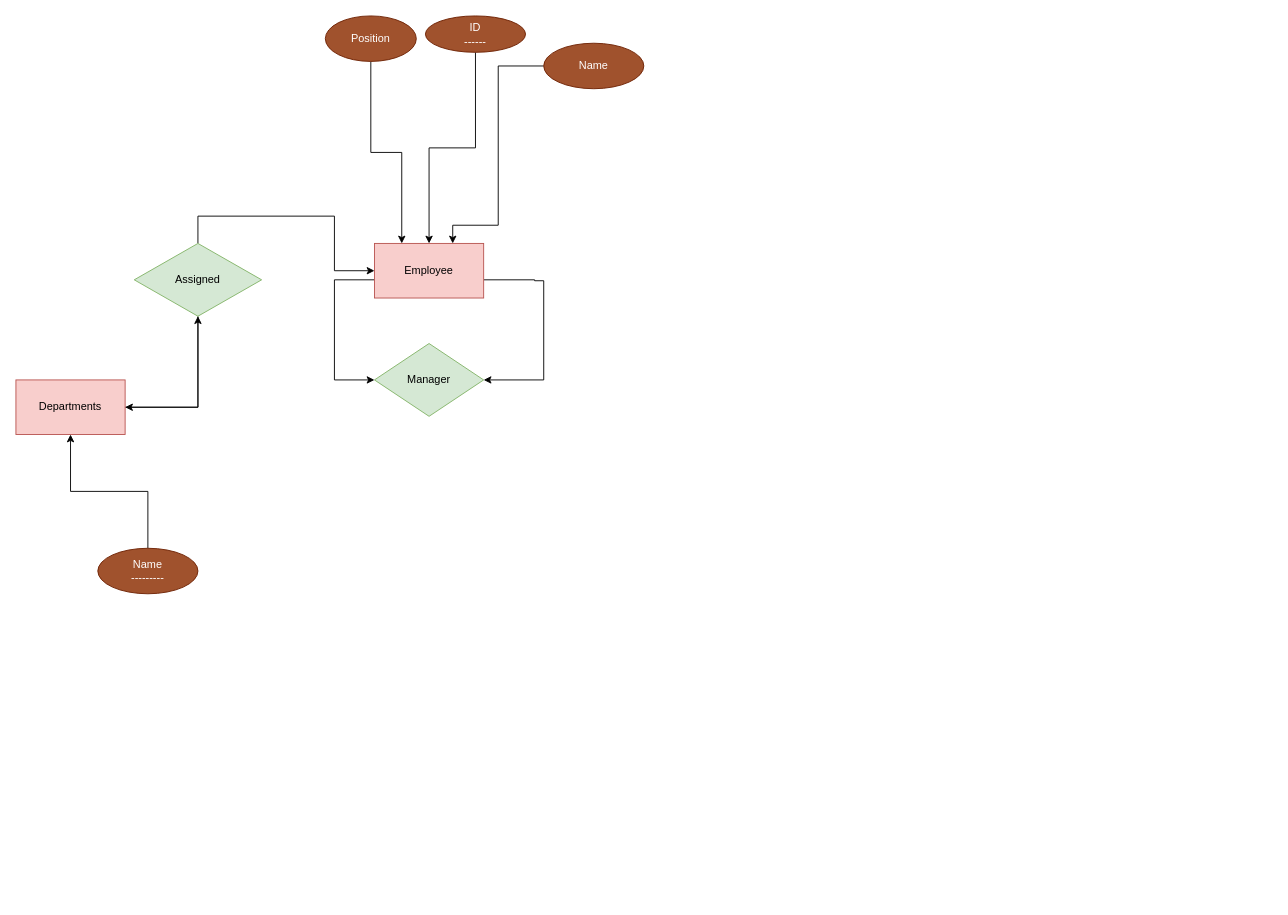
Earlier version of the draw.io diagram RoomReservationSystem.drawio (daatoo/Databases). Source tidied: cells renumbered, new cells numbered last; positions are measured from the earlier drawing's top-left corner, leaving out a move shared by most shapes. Both pictures are drawn from the tidied source at 91%, with x=0, y=0 at pixel (15, 15).
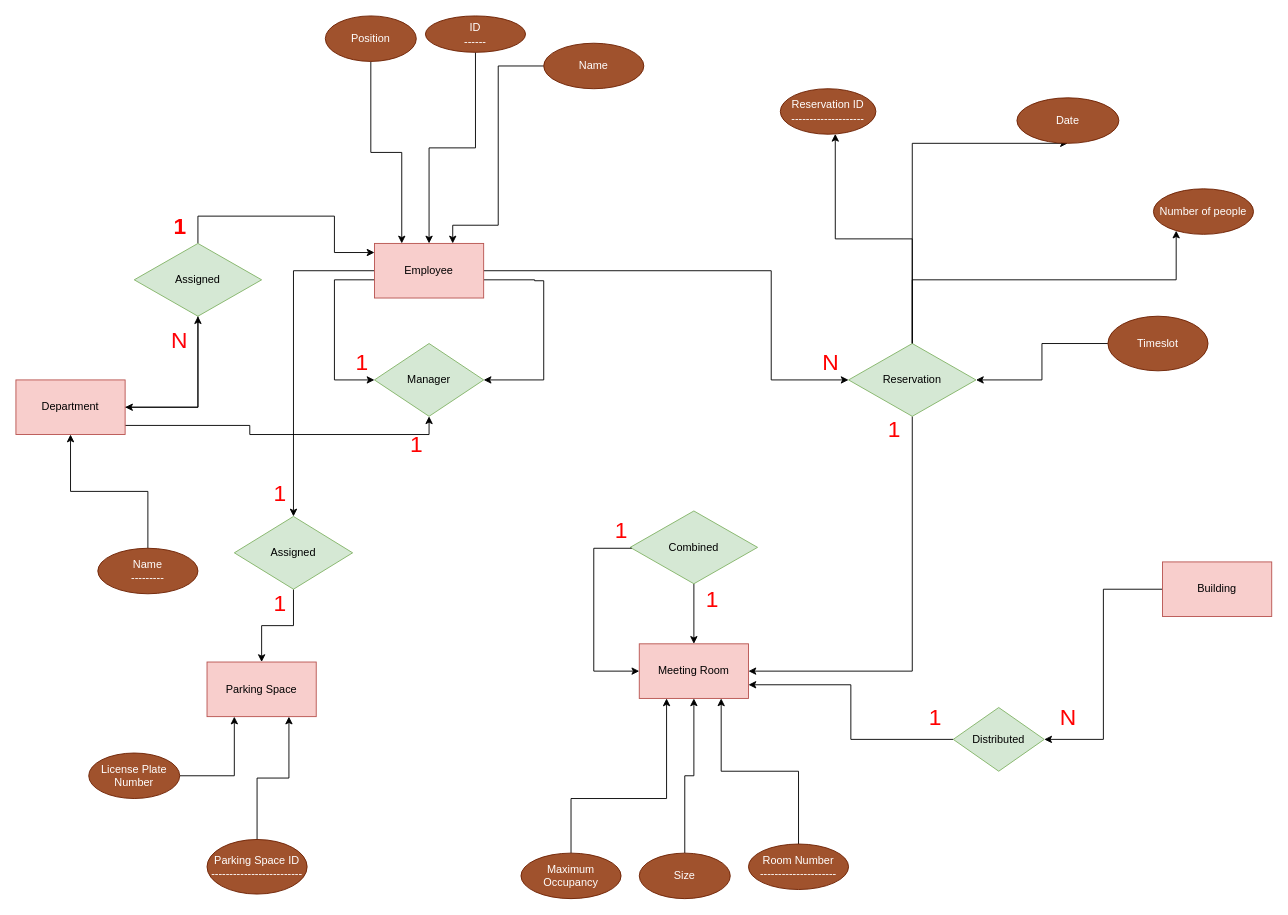
The same page after the edit.

The change refers to these unchanged cells:
```xml
<mxCell id="4" value="Employee" style="rounded=0;whiteSpace=wrap;html=1;fillColor=#f8cecc;strokeColor=#b85450;" parent="1" vertex="1">
  <mxGeometry x="394" y="250" width="120" height="60" as="geometry" />
</mxCell>
<mxCell id="14" value="Name&lt;div&gt;---------&lt;/div&gt;" style="ellipse;whiteSpace=wrap;html=1;fillColor=#a0522d;fontColor=#ffffff;strokeColor=#6D1F00;" parent="1" vertex="1">
  <mxGeometry x="90" y="585" width="110" height="50" as="geometry" />
</mxCell>
<mxCell id="18" value="Manager" style="rhombus;whiteSpace=wrap;html=1;fillColor=#d5e8d4;strokeColor=#82b366;" parent="1" vertex="1">
  <mxGeometry x="394" y="360" width="120" height="80" as="geometry" />
</mxCell>
```

Change to the diagram source:
```diff
@@
-    <mxCell id="2" style="edgeStyle=orthogonalEdgeStyle;rounded=0;jettySize=auto;html=1;entryX=0;entryY=0.5;entryDx=0;entryDy=0;" parent="1" edge="1" source="4" target="18">
-      <mxGeometry relative="1" as="geometry">
-        <Array as="points">
-          <mxPoint x="350" y="290" />
-          <mxPoint x="350" y="400" />
-        </Array>
-      </mxGeometry>
-    </mxCell>
-    <mxCell id="3" style="edgeStyle=orthogonalEdgeStyle;rounded=0;jettySize=auto;html=1;entryX=1;entryY=0.5;entryDx=0;entryDy=0;" parent="1" edge="1" source="4" target="18">
-      <mxGeometry relative="1" as="geometry">
-        <Array as="points">
-          <mxPoint x="570" y="290" />
-          <mxPoint x="570" y="291" />
-          <mxPoint x="580" y="291" />
-          <mxPoint x="580" y="400" />
-        </Array>
-      </mxGeometry>
-    </mxCell>
+    <mxCell id="19" style="edgeStyle=orthogonalEdgeStyle;rounded=0;jettySize=auto;html=1;entryX=0;entryY=0.5;entryDx=0;entryDy=0;" parent="1" edge="1" source="4" target="18">
+      <mxGeometry relative="1" as="geometry">
+        <Array as="points">
+          <mxPoint x="350" y="290" />
+          <mxPoint x="350" y="400" />
+        </Array>
+      </mxGeometry>
+    </mxCell>
+    <mxCell id="20" style="edgeStyle=orthogonalEdgeStyle;rounded=0;jettySize=auto;html=1;entryX=1;entryY=0.5;entryDx=0;entryDy=0;" parent="1" edge="1" source="4" target="18">
+      <mxGeometry relative="1" as="geometry">
+        <Array as="points">
+          <mxPoint x="570" y="290" />
+          <mxPoint x="570" y="291" />
+          <mxPoint x="580" y="291" />
+          <mxPoint x="580" y="400" />
+        </Array>
+      </mxGeometry>
+    </mxCell>
+    <mxCell id="21" style="edgeStyle=orthogonalEdgeStyle;rounded=0;jettySize=auto;html=1;entryX=0;entryY=0.5;entryDx=0;entryDy=0;" parent="1" edge="1" source="4" target="45">
+      <mxGeometry relative="1" as="geometry">
+        <Array as="points">
+          <mxPoint x="830" y="280" />
+          <mxPoint x="830" y="400" />
+        </Array>
+      </mxGeometry>
+    </mxCell>
+    <mxCell id="22" style="edgeStyle=orthogonalEdgeStyle;rounded=0;jettySize=auto;html=1;entryX=0.5;entryY=0;entryDx=0;entryDy=0;" parent="1" edge="1" source="4" target="60">
+      <mxGeometry relative="1" as="geometry" />
+    </mxCell>
@@
-    <mxCell id="11" style="edgeStyle=orthogonalEdgeStyle;rounded=0;jettySize=auto;html=1;entryX=0.5;entryY=1;entryDx=0;entryDy=0;" parent="1" edge="1" source="12" target="17">
-      <mxGeometry relative="1" as="geometry" />
-    </mxCell>
-    <mxCell id="12" value="Departments" style="rounded=0;whiteSpace=wrap;html=1;fillColor=#f8cecc;strokeColor=#b85450;" parent="1" vertex="1">
-      <mxGeometry y="400" width="120" height="60" as="geometry" />
-    </mxCell>
-    <mxCell id="13" style="edgeStyle=orthogonalEdgeStyle;rounded=0;jettySize=auto;html=1;" parent="1" edge="1" source="14" target="12">
-      <mxGeometry relative="1" as="geometry" />
-    </mxCell>
+    <mxCell id="23" style="edgeStyle=orthogonalEdgeStyle;rounded=0;jettySize=auto;html=1;entryX=0.5;entryY=1;entryDx=0;entryDy=0;" parent="1" edge="1" source="25" target="29">
+      <mxGeometry relative="1" as="geometry" />
+    </mxCell>
+    <mxCell id="24" style="edgeStyle=orthogonalEdgeStyle;rounded=0;jettySize=auto;html=1;entryX=0.5;entryY=1;entryDx=0;entryDy=0;" parent="1" edge="1" source="25" target="18">
+      <mxGeometry relative="1" as="geometry">
+        <Array as="points">
+          <mxPoint x="257" y="450" />
+          <mxPoint x="257" y="460" />
+          <mxPoint x="454" y="460" />
+        </Array>
+      </mxGeometry>
+    </mxCell>
+    <mxCell id="25" value="Department" style="rounded=0;whiteSpace=wrap;html=1;fillColor=#f8cecc;strokeColor=#b85450;" parent="1" vertex="1">
+      <mxGeometry y="400" width="120" height="60" as="geometry" />
+    </mxCell>
+    <mxCell id="26" style="edgeStyle=orthogonalEdgeStyle;rounded=0;jettySize=auto;html=1;" parent="1" edge="1" source="14" target="25">
+      <mxGeometry relative="1" as="geometry" />
+    </mxCell>
@@
-    <mxCell id="15" style="edgeStyle=orthogonalEdgeStyle;rounded=0;jettySize=auto;html=1;" parent="1" edge="1" source="17" target="12">
-      <mxGeometry relative="1" as="geometry">
-        <Array as="points">
-          <mxPoint x="200" y="430" />
-        </Array>
-      </mxGeometry>
-    </mxCell>
-    <mxCell id="16" style="edgeStyle=orthogonalEdgeStyle;rounded=0;jettySize=auto;html=1;" parent="1" edge="1" source="17" target="4">
-      <mxGeometry relative="1" as="geometry">
-        <Array as="points">
-          <mxPoint x="350" y="220" />
-          <mxPoint x="350" y="280" />
-        </Array>
-      </mxGeometry>
-    </mxCell>
-    <mxCell id="17" value="Assigned" style="rhombus;whiteSpace=wrap;html=1;fillColor=#d5e8d4;strokeColor=#82b366;" parent="1" vertex="1">
-      <mxGeometry x="130" y="250" width="140" height="80" as="geometry" />
-    </mxCell>
+    <mxCell id="27" style="edgeStyle=orthogonalEdgeStyle;rounded=0;jettySize=auto;html=1;" parent="1" edge="1" source="29" target="25">
+      <mxGeometry relative="1" as="geometry">
+        <Array as="points">
+          <mxPoint x="200" y="430" />
+        </Array>
+      </mxGeometry>
+    </mxCell>
+    <mxCell id="28" style="edgeStyle=orthogonalEdgeStyle;rounded=0;jettySize=auto;html=1;" parent="1" edge="1" source="29" target="4">
+      <mxGeometry relative="1" as="geometry">
+        <Array as="points">
+          <mxPoint x="200" y="220" />
+          <mxPoint x="350" y="220" />
+          <mxPoint x="350" y="260" />
+        </Array>
+      </mxGeometry>
+    </mxCell>
+    <mxCell id="29" value="Assigned" style="rhombus;whiteSpace=wrap;html=1;fillColor=#d5e8d4;strokeColor=#82b366;" parent="1" vertex="1">
+      <mxGeometry x="130" y="250" width="140" height="80" as="geometry" />
+    </mxCell>
@@
+    <mxCell id="30" value="Meeting Room" style="rounded=0;whiteSpace=wrap;html=1;fillColor=#f8cecc;strokeColor=#b85450;" parent="1" vertex="1">
+      <mxGeometry x="685" y="690" width="120" height="60" as="geometry" />
+    </mxCell>
+    <mxCell id="31" style="edgeStyle=orthogonalEdgeStyle;rounded=0;jettySize=auto;html=1;entryX=0.75;entryY=1;entryDx=0;entryDy=0;exitX=0.5;exitY=0;exitDx=0;exitDy=0;" parent="1" edge="1" source="32" target="30">
+      <mxGeometry relative="1" as="geometry" />
+    </mxCell>
+    <mxCell id="32" value="Room Number&lt;div&gt;---------------------&lt;/div&gt;" style="ellipse;whiteSpace=wrap;html=1;fillColor=#a0522d;fontColor=#ffffff;strokeColor=#6D1F00;" parent="1" vertex="1">
+      <mxGeometry x="805" y="910" width="110" height="50" as="geometry" />
+    </mxCell>
+    <mxCell id="33" style="edgeStyle=orthogonalEdgeStyle;rounded=0;jettySize=auto;html=1;" parent="1" edge="1" source="34" target="30">
+      <mxGeometry relative="1" as="geometry" />
+    </mxCell>
+    <mxCell id="34" value="Size" style="ellipse;whiteSpace=wrap;html=1;fillColor=#a0522d;fontColor=#ffffff;strokeColor=#6D1F00;" parent="1" vertex="1">
+      <mxGeometry x="685" y="920" width="100" height="50" as="geometry" />
+    </mxCell>
+    <mxCell id="35" style="edgeStyle=orthogonalEdgeStyle;rounded=0;jettySize=auto;html=1;entryX=0.25;entryY=1;entryDx=0;entryDy=0;" parent="1" edge="1" source="36" target="30">
+      <mxGeometry relative="1" as="geometry">
+        <Array as="points">
+          <mxPoint x="610" y="860" />
+          <mxPoint x="715" y="860" />
+        </Array>
+      </mxGeometry>
+    </mxCell>
+    <mxCell id="36" value="Maximum Occupancy" style="ellipse;whiteSpace=wrap;html=1;fillColor=#a0522d;fontColor=#ffffff;strokeColor=#6D1F00;" parent="1" vertex="1">
+      <mxGeometry x="555" y="920" width="110" height="50" as="geometry" />
+    </mxCell>
+    <mxCell id="37" style="edgeStyle=orthogonalEdgeStyle;rounded=0;jettySize=auto;html=1;entryX=0.5;entryY=0;entryDx=0;entryDy=0;" parent="1" edge="1" source="38" target="30">
+      <mxGeometry relative="1" as="geometry" />
+    </mxCell>
+    <mxCell id="38" value="Combined" style="rhombus;whiteSpace=wrap;html=1;fillColor=#d5e8d4;strokeColor=#82b366;" parent="1" vertex="1">
+      <mxGeometry x="675" y="544" width="140" height="80" as="geometry" />
+    </mxCell>
+    <mxCell id="39" style="edgeStyle=orthogonalEdgeStyle;rounded=0;jettySize=auto;html=1;" parent="1" edge="1" source="38" target="30">
+      <mxGeometry relative="1" as="geometry">
+        <Array as="points">
+          <mxPoint x="635" y="585" />
+          <mxPoint x="635" y="720" />
+        </Array>
+      </mxGeometry>
+    </mxCell>
+    <mxCell id="40" style="edgeStyle=orthogonalEdgeStyle;rounded=0;jettySize=auto;html=1;entryX=1;entryY=0.5;entryDx=0;entryDy=0;" parent="1" edge="1" source="41" target="51">
+      <mxGeometry relative="1" as="geometry" />
+    </mxCell>
+    <mxCell id="41" value="Building" style="rounded=0;whiteSpace=wrap;html=1;fillColor=#f8cecc;strokeColor=#b85450;" parent="1" vertex="1">
+      <mxGeometry x="1260" y="600" width="120" height="60" as="geometry" />
+    </mxCell>
+    <mxCell id="42" style="edgeStyle=orthogonalEdgeStyle;rounded=0;jettySize=auto;html=1;entryX=1;entryY=0.5;entryDx=0;entryDy=0;exitX=0.5;exitY=1;exitDx=0;exitDy=0;" parent="1" edge="1" source="45" target="30">
+      <mxGeometry relative="1" as="geometry" />
+    </mxCell>
+    <mxCell id="43" style="edgeStyle=orthogonalEdgeStyle;rounded=0;jettySize=auto;html=1;entryX=0.5;entryY=1;entryDx=0;entryDy=0;" parent="1" edge="1" source="45" target="47">
+      <mxGeometry relative="1" as="geometry">
+        <Array as="points">
+          <mxPoint x="985" y="140" />
+        </Array>
+      </mxGeometry>
+    </mxCell>
+    <mxCell id="44" style="edgeStyle=orthogonalEdgeStyle;rounded=0;jettySize=auto;html=1;" parent="1" edge="1" source="45" target="48">
+      <mxGeometry relative="1" as="geometry">
+        <Array as="points">
+          <mxPoint x="985" y="290" />
+          <mxPoint x="1275" y="290" />
+        </Array>
+      </mxGeometry>
+    </mxCell>
+    <mxCell id="45" value="Reservation" style="rhombus;whiteSpace=wrap;html=1;fillColor=#d5e8d4;strokeColor=#82b366;" parent="1" vertex="1">
+      <mxGeometry x="915" y="360" width="140" height="80" as="geometry" />
+    </mxCell>
+    <mxCell id="46" value="Reservation ID&lt;div&gt;--------------------&lt;/div&gt;" style="ellipse;whiteSpace=wrap;html=1;fillColor=#a0522d;fontColor=#ffffff;strokeColor=#6D1F00;" parent="1" vertex="1">
+      <mxGeometry x="840" y="80" width="105" height="50" as="geometry" />
+    </mxCell>
+    <mxCell id="47" value="Date" style="ellipse;whiteSpace=wrap;html=1;fillColor=#a0522d;fontColor=#ffffff;strokeColor=#6D1F00;" parent="1" vertex="1">
+      <mxGeometry x="1100" y="90" width="112" height="50" as="geometry" />
+    </mxCell>
+    <mxCell id="48" value="Number of people" style="ellipse;whiteSpace=wrap;html=1;fillColor=#a0522d;fontColor=#ffffff;strokeColor=#6D1F00;" parent="1" vertex="1">
+      <mxGeometry x="1250" y="190" width="110" height="50" as="geometry" />
+    </mxCell>
+    <mxCell id="49" style="edgeStyle=orthogonalEdgeStyle;rounded=0;jettySize=auto;html=1;entryX=0.575;entryY=0.992;entryDx=0;entryDy=0;entryPerimeter=0;" parent="1" edge="1" source="45" target="46">
+      <mxGeometry relative="1" as="geometry" />
+    </mxCell>
+    <mxCell id="50" style="edgeStyle=orthogonalEdgeStyle;rounded=0;jettySize=auto;html=1;entryX=1;entryY=0.75;entryDx=0;entryDy=0;" parent="1" edge="1" source="51" target="30">
+      <mxGeometry relative="1" as="geometry" />
+    </mxCell>
+    <mxCell id="51" value="Distributed" style="rhombus;whiteSpace=wrap;html=1;fillColor=#d5e8d4;strokeColor=#82b366;" parent="1" vertex="1">
+      <mxGeometry x="1030" y="760" width="100" height="70" as="geometry" />
+    </mxCell>
+    <mxCell id="52" value="Parking Space" style="rounded=0;whiteSpace=wrap;html=1;fillColor=#f8cecc;strokeColor=#b85450;" parent="1" vertex="1">
+      <mxGeometry x="210" y="710" width="120" height="60" as="geometry" />
+    </mxCell>
+    <mxCell id="53" style="edgeStyle=orthogonalEdgeStyle;rounded=0;jettySize=auto;html=1;entryX=0.75;entryY=1;entryDx=0;entryDy=0;" parent="1" edge="1" source="54" target="52">
+      <mxGeometry relative="1" as="geometry" />
+    </mxCell>
+    <mxCell id="54" value="Parking Space ID&lt;div&gt;-------------------------&lt;/div&gt;" style="ellipse;whiteSpace=wrap;html=1;fillColor=#a0522d;fontColor=#ffffff;strokeColor=#6D1F00;" parent="1" vertex="1">
+      <mxGeometry x="210" y="905" width="110" height="60" as="geometry" />
+    </mxCell>
+    <mxCell id="55" style="edgeStyle=orthogonalEdgeStyle;rounded=0;jettySize=auto;html=1;entryX=0.25;entryY=1;entryDx=0;entryDy=0;" parent="1" edge="1" source="56" target="52">
+      <mxGeometry relative="1" as="geometry" />
+    </mxCell>
+    <mxCell id="56" value="License Plate Number" style="ellipse;whiteSpace=wrap;html=1;fillColor=#a0522d;fontColor=#ffffff;strokeColor=#6D1F00;" parent="1" vertex="1">
+      <mxGeometry x="80" y="810" width="100" height="50" as="geometry" />
+    </mxCell>
+    <mxCell id="57" style="edgeStyle=orthogonalEdgeStyle;rounded=0;jettySize=auto;html=1;entryX=1;entryY=0.5;entryDx=0;entryDy=0;" parent="1" edge="1" source="58" target="45">
+      <mxGeometry relative="1" as="geometry" />
+    </mxCell>
+    <mxCell id="58" value="Timeslot" style="ellipse;whiteSpace=wrap;html=1;fillColor=#a0522d;fontColor=#ffffff;strokeColor=#6D1F00;" parent="1" vertex="1">
+      <mxGeometry x="1200" y="330" width="110" height="60" as="geometry" />
+    </mxCell>
+    <mxCell id="59" style="edgeStyle=orthogonalEdgeStyle;rounded=0;jettySize=auto;html=1;entryX=0.5;entryY=0;entryDx=0;entryDy=0;" parent="1" edge="1" source="60" target="52">
+      <mxGeometry relative="1" as="geometry" />
+    </mxCell>
+    <mxCell id="60" value="Assigned" style="rhombus;whiteSpace=wrap;html=1;fillColor=#d5e8d4;strokeColor=#82b366;" parent="1" vertex="1">
+      <mxGeometry x="240" y="550" width="130" height="80" as="geometry" />
+    </mxCell>
+    <mxCell id="61" value="&lt;b style=&quot;font-size: 25px;&quot;&gt;&lt;font color=&quot;#ff0000&quot; style=&quot;font-size: 25px;&quot;&gt;1&lt;/font&gt;&lt;/b&gt;" style="text;html=1;align=center;verticalAlign=middle;strokeColor=none;fillColor=none;fontSize=25;" parent="1" vertex="1">
+      <mxGeometry x="160" y="210" width="40" height="40" as="geometry" />
+    </mxCell>
+    <mxCell id="62" value="&lt;font color=&quot;#ff0008&quot; style=&quot;font-size: 25px;&quot;&gt;N&lt;/font&gt;" style="text;html=1;align=center;verticalAlign=middle;whiteSpace=wrap;rounded=0;" parent="1" vertex="1">
+      <mxGeometry x="150" y="340" width="60" height="30" as="geometry" />
+    </mxCell>
+    <mxCell id="63" value="&lt;font color=&quot;#ff0000&quot; style=&quot;font-size: 25px;&quot;&gt;1&lt;/font&gt;" style="text;html=1;align=center;verticalAlign=middle;strokeColor=none;fillColor=none;" parent="1" vertex="1">
+      <mxGeometry x="270" y="504" width="40" height="40" as="geometry" />
+    </mxCell>
+    <mxCell id="64" value="&lt;font color=&quot;#ff0000&quot; style=&quot;font-size: 25px;&quot;&gt;N&lt;/font&gt;" style="text;html=1;align=center;verticalAlign=middle;strokeColor=none;fillColor=none;" parent="1" vertex="1">
+      <mxGeometry x="1136" y="750" width="40" height="40" as="geometry" />
+    </mxCell>
+    <mxCell id="65" value="&lt;font color=&quot;#ff0000&quot; style=&quot;font-size: 25px;&quot;&gt;1&lt;/font&gt;" style="text;html=1;align=center;verticalAlign=middle;strokeColor=none;fillColor=none;" parent="1" vertex="1">
+      <mxGeometry x="990" y="750" width="40" height="40" as="geometry" />
+    </mxCell>
+    <mxCell id="66" value="&lt;font color=&quot;#ff0000&quot; style=&quot;font-size: 25px;&quot;&gt;1&lt;/font&gt;" style="text;html=1;align=center;verticalAlign=middle;strokeColor=none;fillColor=none;" parent="1" vertex="1">
+      <mxGeometry x="270" y="624" width="40" height="40" as="geometry" />
+    </mxCell>
+    <mxCell id="67" value="&lt;font color=&quot;#ff0000&quot; style=&quot;font-size: 25px;&quot;&gt;1&lt;/font&gt;" style="text;html=1;align=center;verticalAlign=middle;strokeColor=none;fillColor=none;" parent="1" vertex="1">
+      <mxGeometry x="945" y="433" width="40" height="40" as="geometry" />
+    </mxCell>
+    <mxCell id="68" value="&lt;font color=&quot;#ff0000&quot; style=&quot;font-size: 25px;&quot;&gt;N&lt;/font&gt;" style="text;html=1;align=center;verticalAlign=middle;strokeColor=none;fillColor=none;" parent="1" vertex="1">
+      <mxGeometry x="875" y="360" width="40" height="40" as="geometry" />
+    </mxCell>
+    <mxCell id="69" value="&lt;font color=&quot;#ff0000&quot; style=&quot;font-size: 25px;&quot;&gt;1&lt;/font&gt;" style="text;html=1;align=center;verticalAlign=middle;strokeColor=none;fillColor=none;" parent="1" vertex="1">
+      <mxGeometry x="645" y="544" width="40" height="40" as="geometry" />
+    </mxCell>
+    <mxCell id="70" value="&lt;font color=&quot;#ff0000&quot; style=&quot;font-size: 25px;&quot;&gt;1&lt;/font&gt;" style="text;html=1;align=center;verticalAlign=middle;strokeColor=none;fillColor=none;" parent="1" vertex="1">
+      <mxGeometry x="745" y="620" width="40" height="40" as="geometry" />
+    </mxCell>
+    <mxCell id="71" value="&lt;font color=&quot;#ff0000&quot; style=&quot;font-size: 25px;&quot;&gt;1&lt;/font&gt;" style="text;html=1;align=center;verticalAlign=middle;strokeColor=none;fillColor=none;" parent="1" vertex="1">
+      <mxGeometry x="420" y="450" width="40" height="40" as="geometry" />
+    </mxCell>
+    <mxCell id="72" value="&lt;font color=&quot;#ff0000&quot; style=&quot;font-size: 25px;&quot;&gt;1&lt;/font&gt;" style="text;html=1;align=center;verticalAlign=middle;strokeColor=none;fillColor=none;" parent="1" vertex="1">
+      <mxGeometry x="360" y="360" width="40" height="40" as="geometry" />
+    </mxCell>
```
